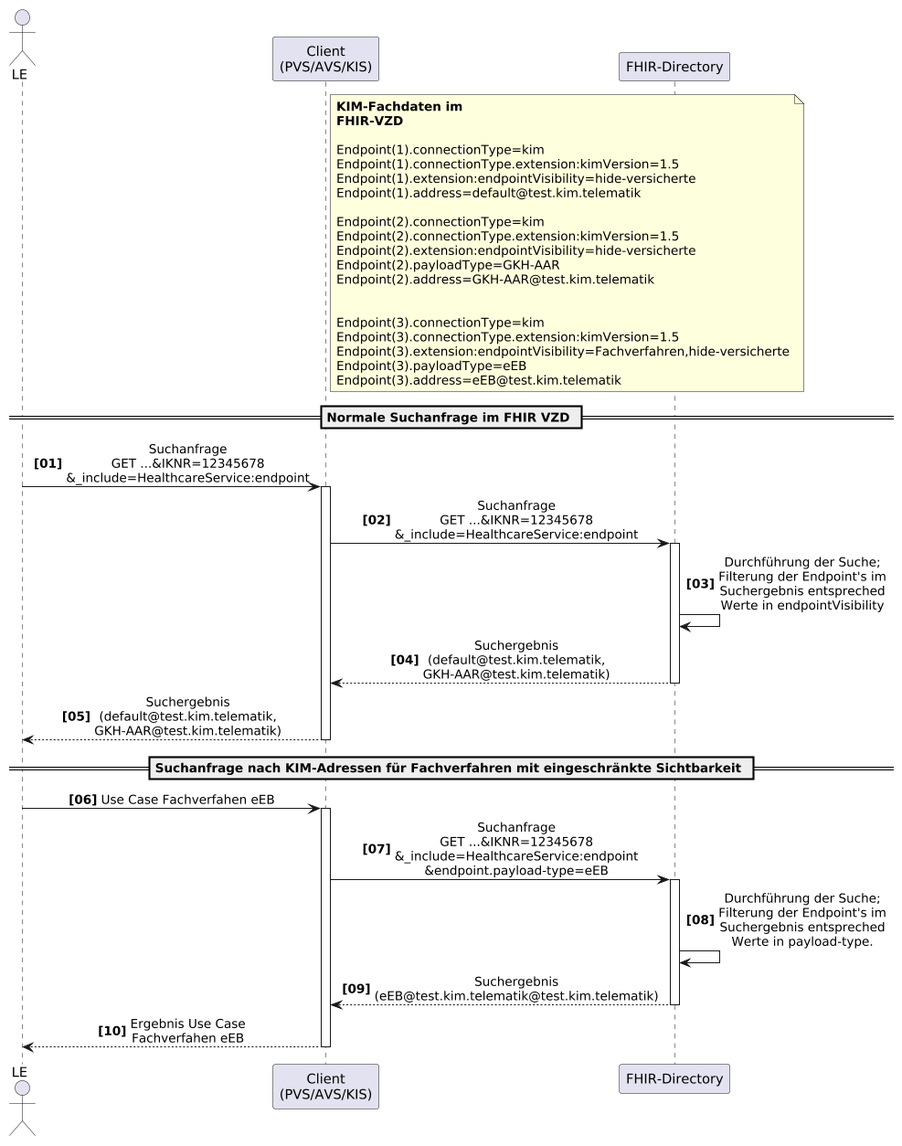
gematik/api-vzd keeps this PlantUML diagram as images/diagrams/SequenceDiagram.FHIR_AF_10472_appTagSuche.png. Above is the earlier version.
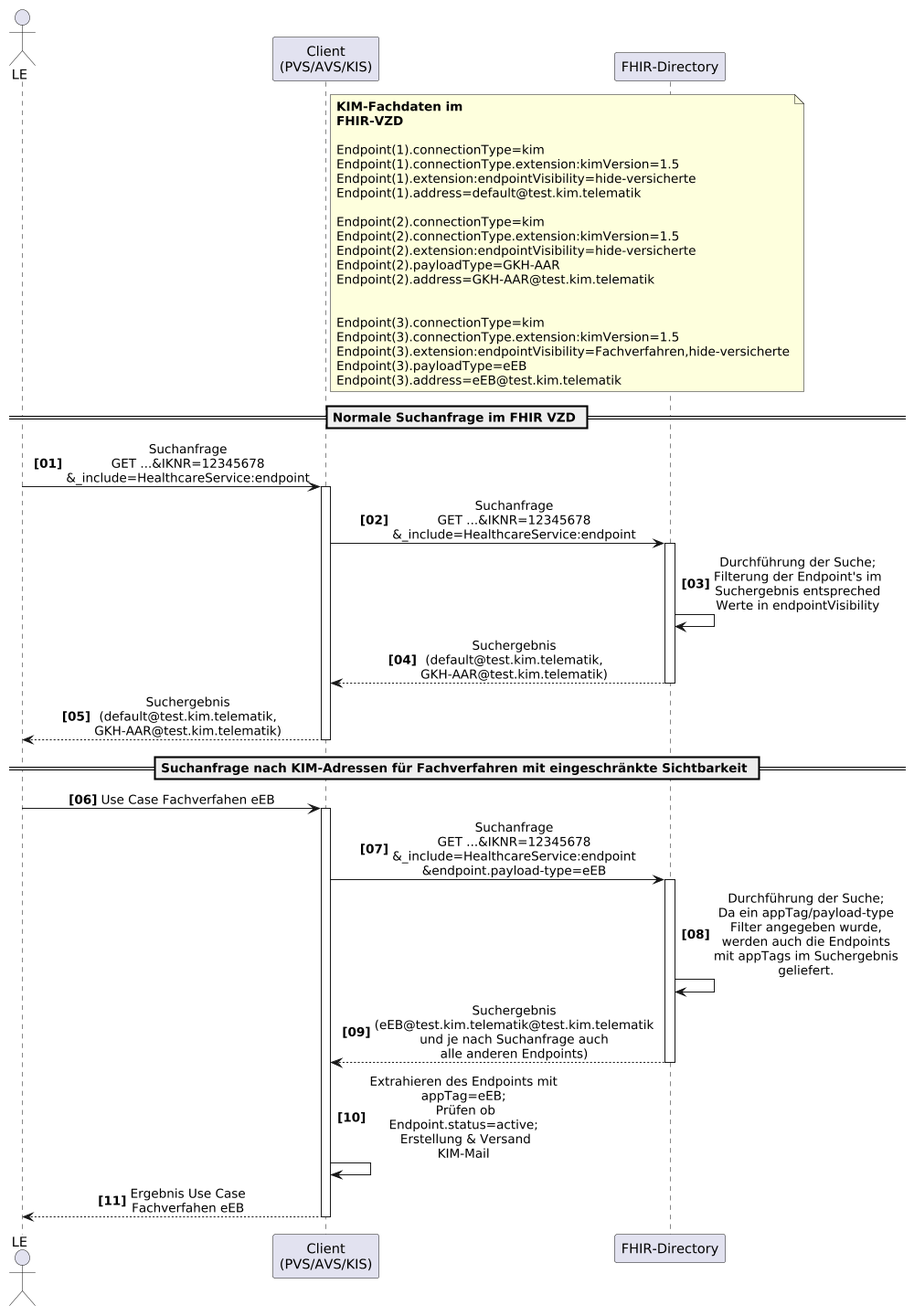
Later version of the same file.

Commit message:
Commit from GitHub Actions (GeneratePlantumlImages)

Diff of the diagram source:
```diff
@@ -49,9 +49,10 @@
 activate cl
 cl -> fd: Suchanfrage \nGET ...&IKNR=12345678\n&_include=HealthcareService:endpoint\n&endpoint.payload-type=eEB
 activate fd
-fd -> fd: Durchführung der Suche;\nFilterung der Endpoint's im Suchergebnis entspreched Werte in payload-type.
-fd --> cl: Suchergebnis (eEB@test.kim.telematik@test.kim.telematik)
+fd -> fd: Durchführung der Suche;\nDa ein appTag/payload-type Filter angegeben wurde, werden auch die Endpoints mit appTags im Suchergebnis geliefert.
+fd --> cl: Suchergebnis (eEB@test.kim.telematik@test.kim.telematik und je nach Suchanfrage auch alle anderen Endpoints)
 deactivate fd
+cl -> cl: Extrahieren des Endpoints mit appTag=eEB; \n Prüfen ob Endpoint.status=active; \n Erstellung & Versand KIM-Mail
 cl --> o: Ergebnis Use Case Fachverfahen eEB
 deactivate cl
 
```
